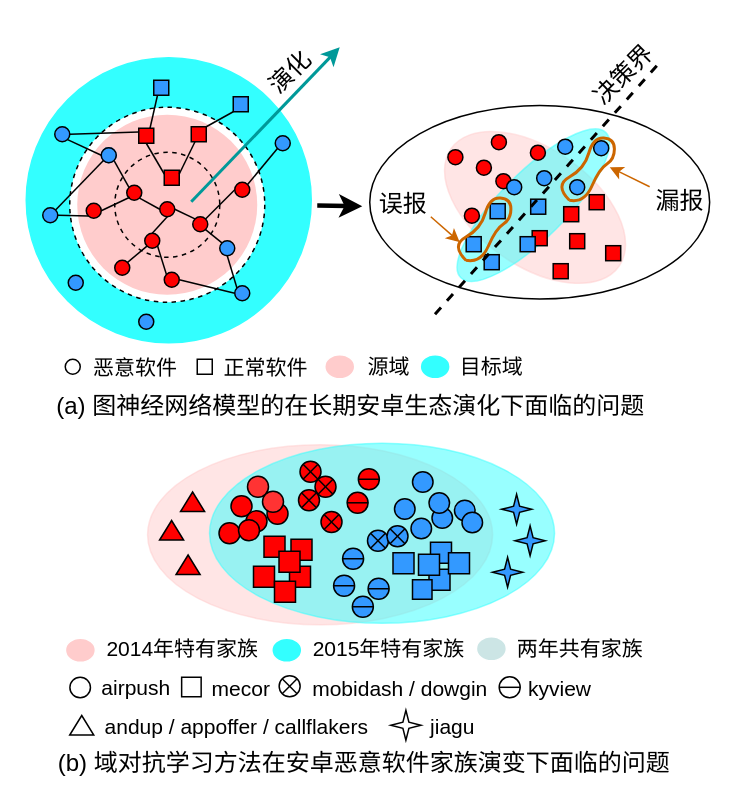
Above: importance_weight_schema.drawio in sunray42/diagrams (draw.io), before the change. Source tidied: cells renumbered, new cells numbered last; positions are measured from the earlier drawing's top-left corner, leaving out a move shared by most shapes. Both pictures are drawn from the tidied source at 150%, with x=0, y=0 at pixel (26, 46).
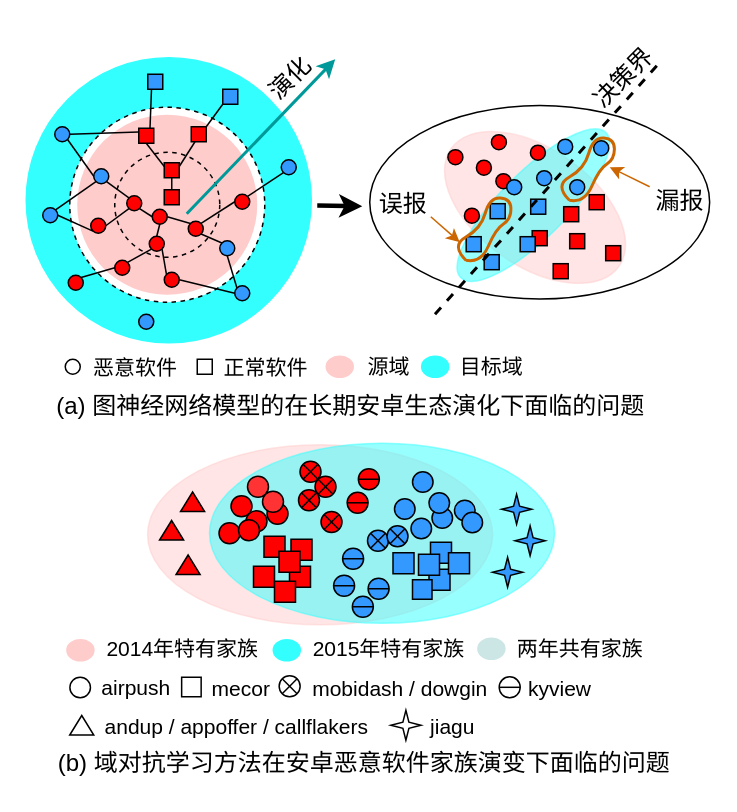
The same page after the edit.

Unchanged cells that the change refers to:
```xml
<mxCell id="26" style="ellipse;whiteSpace=wrap;html=1;strokeColor=#000000;fillColor=#FF0000;" parent="1" vertex="1">
  <mxGeometry x="59" y="142" width="10" height="10" as="geometry" />
</mxCell>
```

The edit, as a diff of the source:
```diff
@@
     <mxCell id="11" style="ellipse;whiteSpace=wrap;html=1;strokeColor=#000000;fillColor=#FF0000;" parent="1" vertex="1">
-      <mxGeometry x="89" y="103" width="10" height="10" as="geometry" />
+      <mxGeometry x="84" y="108" width="10" height="10" as="geometry" />
     </mxCell>
@@
     <mxCell id="14" style="ellipse;whiteSpace=wrap;html=1;strokeColor=#000000;fillColor=#FF0000;" parent="1" vertex="1">
-      <mxGeometry x="111" y="113" width="10" height="10" as="geometry" />
+      <mxGeometry x="108" y="116" width="10" height="10" as="geometry" />
     </mxCell>
@@
     <mxCell id="16" style="ellipse;whiteSpace=wrap;html=1;strokeColor=#000000;fillColor=#FF0000;" parent="1" vertex="1">
-      <mxGeometry x="79" y="124" width="10" height="10" as="geometry" />
+      <mxGeometry x="82" y="126" width="10" height="10" as="geometry" />
     </mxCell>
@@
     <mxCell id="18" style="ellipse;whiteSpace=wrap;html=1;strokeColor=#000000;fillColor=#FF0000;" parent="1" vertex="1">
-      <mxGeometry x="67" y="92" width="10" height="10" as="geometry" />
+      <mxGeometry x="67" y="99" width="10" height="10" as="geometry" />
     </mxCell>
-    <mxCell id="19" style="edgeStyle=none;rounded=0;jettySize=auto;html=1;exitX=1;exitY=0.5;exitDx=0;exitDy=0;endArrow=none;endFill=0;" parent="1" edge="1" source="20">
-      <mxGeometry relative="1" as="geometry">
-        <mxPoint x="69" y="100" as="targetPoint" />
-      </mxGeometry>
-    </mxCell>
+    <mxCell id="159" style="edgeStyle=none;rounded=0;jettySize=auto;html=1;exitX=1;exitY=0.5;exitDx=0;exitDy=0;entryX=0;entryY=1;entryDx=0;entryDy=0;strokeColor=#000000;strokeWidth=1;startArrow=none;startFill=0;endArrow=none;endFill=0;" parent="1" edge="1" source="20" target="18">
+      <mxGeometry relative="1" as="geometry" />
+    </mxCell>
     <mxCell id="20" style="ellipse;whiteSpace=wrap;html=1;strokeColor=#000000;fillColor=#FF0000;" parent="1" vertex="1">
-      <mxGeometry x="40" y="104" width="10" height="10" as="geometry" />
+      <mxGeometry x="43" y="114" width="10" height="10" as="geometry" />
     </mxCell>
-    <mxCell id="21" style="edgeStyle=none;rounded=0;jettySize=auto;html=1;exitX=1;exitY=1;exitDx=0;exitDy=0;entryX=0;entryY=0;entryDx=0;entryDy=0;endArrow=none;endFill=0;" parent="1" edge="1" source="22" target="18">
-      <mxGeometry relative="1" as="geometry" />
-    </mxCell>
-    <mxCell id="22" style="ellipse;whiteSpace=wrap;html=1;strokeColor=#3399FF;fillColor=#3399FF;" parent="1" vertex="1">
-      <mxGeometry x="50" y="67" width="10" height="10" as="geometry" />
-    </mxCell>
@@
     <mxCell id="31" style="ellipse;whiteSpace=wrap;html=1;strokeColor=#000000;fillColor=#FF0000;" parent="1" vertex="1">
-      <mxGeometry x="139" y="90" width="10" height="10" as="geometry" />
+      <mxGeometry x="139" y="98" width="10" height="10" as="geometry" />
     </mxCell>
+    <mxCell id="160" style="edgeStyle=none;rounded=0;jettySize=auto;html=1;exitX=1;exitY=1;exitDx=0;exitDy=0;entryX=0;entryY=0;entryDx=0;entryDy=0;strokeColor=#000000;strokeWidth=1;startArrow=none;startFill=0;endArrow=none;endFill=0;" parent="1" edge="1" source="32" target="18">
+      <mxGeometry relative="1" as="geometry" />
+    </mxCell>
     <mxCell id="32" style="ellipse;whiteSpace=wrap;html=1;strokeColor=#000000;fillColor=#3399FF;" parent="1" vertex="1">
-      <mxGeometry x="50" y="67" width="10" height="10" as="geometry" />
+      <mxGeometry x="45" y="81" width="10" height="10" as="geometry" />
     </mxCell>
@@
     <mxCell id="36" style="whiteSpace=wrap;html=1;strokeColor=#000000;fillColor=#FF0000;" parent="1" vertex="1">
-      <mxGeometry x="92" y="82" width="10" height="10" as="geometry" />
+      <mxGeometry x="92" y="77" width="10" height="10" as="geometry" />
     </mxCell>
@@
     <mxCell id="42" style="whiteSpace=wrap;html=1;strokeColor=#000000;fillColor=#3399FF;" parent="1" vertex="1">
-      <mxGeometry x="85" y="22" width="10" height="10" as="geometry" />
+      <mxGeometry x="81" y="18" width="10" height="10" as="geometry" />
     </mxCell>
@@
     <mxCell id="44" style="whiteSpace=wrap;html=1;strokeColor=#000000;fillColor=#3399FF;" parent="1" vertex="1">
-      <mxGeometry x="138" y="33" width="10" height="10" as="geometry" />
+      <mxGeometry x="131" y="28" width="10" height="10" as="geometry" />
     </mxCell>
@@
     <mxCell id="51" style="ellipse;whiteSpace=wrap;html=1;strokeColor=#000000;fillColor=#3399FF;" parent="1" vertex="1">
-      <mxGeometry x="166" y="59" width="10" height="10" as="geometry" />
+      <mxGeometry x="170" y="75" width="10" height="10" as="geometry" />
     </mxCell>
@@
+    <mxCell id="161" style="edgeStyle=none;rounded=0;jettySize=auto;html=1;exitX=1;exitY=0;exitDx=0;exitDy=0;entryX=0;entryY=0.5;entryDx=0;entryDy=0;strokeColor=#000000;strokeWidth=1;startArrow=none;startFill=0;endArrow=none;endFill=0;" parent="1" edge="1" source="53" target="26">
+      <mxGeometry relative="1" as="geometry" />
+    </mxCell>
-    <mxCell id="53" style="ellipse;whiteSpace=wrap;html=1;strokeColor=#000000;fillColor=#3399FF;" parent="1" vertex="1">
+    <mxCell id="53" style="ellipse;whiteSpace=wrap;html=1;strokeColor=#000000;fillColor=#FF0000;" parent="1" vertex="1">
       <mxGeometry x="28" y="152" width="10" height="10" as="geometry" />
     </mxCell>
     <mxCell id="54" style="endArrow=classic;html=1;rounded=0;strokeWidth=2;strokeColor=#009999;" parent="1" edge="1">
       <mxGeometry relative="1" as="geometry">
-        <mxPoint x="110" y="103" as="sourcePoint" />
-        <mxPoint x="209" as="targetPoint" />
+        <mxPoint x="107" y="111" as="sourcePoint" />
+        <mxPoint x="206" y="8" as="targetPoint" />
       </mxGeometry>
     </mxCell>
     <mxCell id="55" value="演化" style="text;html=1;strokeColor=none;fillColor=none;align=center;verticalAlign=middle;whiteSpace=wrap;rounded=0;fontSize=16;rotation=-45;" parent="1" vertex="1">
-      <mxGeometry x="145.5" y="2" width="60" height="30" as="geometry" />
+      <mxGeometry x="145.5" y="6" width="60" height="30" as="geometry" />
     </mxCell>
     <mxCell id="56" value="决策界" style="text;html=1;strokeColor=none;fillColor=none;align=center;verticalAlign=middle;whiteSpace=wrap;rounded=0;fontSize=16;rotation=-45;" parent="1" vertex="1">
-      <mxGeometry x="368.3" y="3" width="60" height="30" as="geometry" />
+      <mxGeometry x="368.3" y="5" width="60" height="30" as="geometry" />
     </mxCell>
@@
+    <mxCell id="162" style="edgeStyle=none;rounded=0;jettySize=auto;html=1;exitX=0.5;exitY=0;exitDx=0;exitDy=0;entryX=0.5;entryY=1;entryDx=0;entryDy=0;strokeColor=#000000;strokeWidth=1;startArrow=none;startFill=0;endArrow=none;endFill=0;" parent="1" edge="1" source="163" target="36">
+      <mxGeometry relative="1" as="geometry" />
+    </mxCell>
+    <mxCell id="163" style="whiteSpace=wrap;html=1;strokeColor=#000000;fillColor=#FF0000;" parent="1" vertex="1">
+      <mxGeometry x="92" y="95" width="10" height="10" as="geometry" />
+    </mxCell>
```
